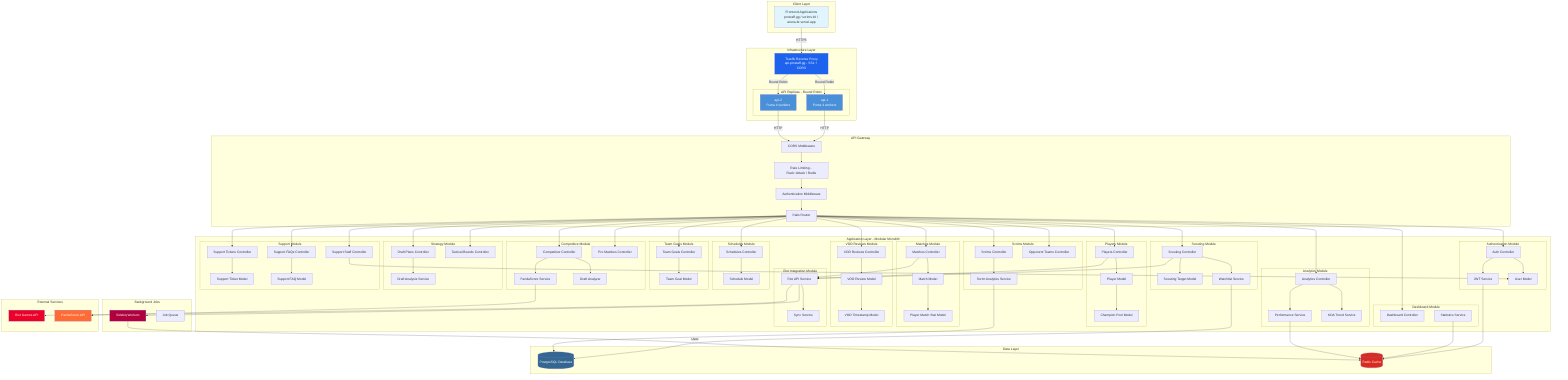
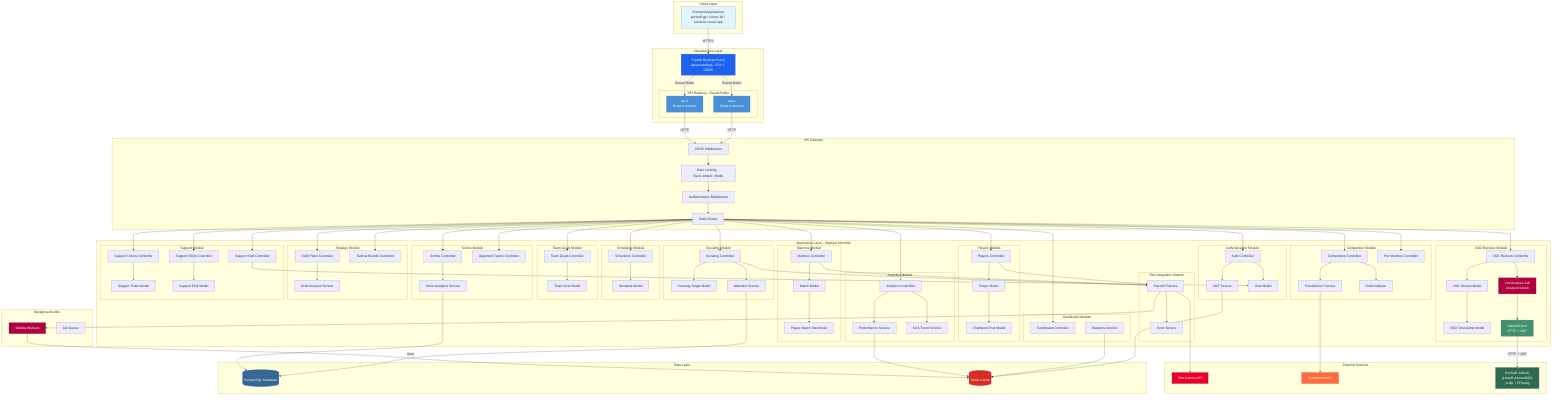
graph TB
    subgraph "Client Layer"
        Client[Frontend Applications\nprostaff.gg / scrims.lol / arena-br.vercel.app]
    end

    subgraph "Infrastructure Layer"
        Traefik[Traefik Reverse Proxy\napi.prostaff.gg - SSL + CORS]
        subgraph "API Replicas - Round Robin"
            API1[api-1\nPuma 4 workers]
            API2[api-2\nPuma 4 workers]
        end
    end

    subgraph "API Gateway"
        Router[Rails Router]
        CORS[CORS Middleware]
        RateLimit[Rate Limiting - Rack::Attack / Redis]
        Auth[Authentication Middleware]
    end

    subgraph "Application Layer - Modular Monolith"
        subgraph "Authentication Module"
            AuthController[Auth Controller]
            JWTService[JWT Service]
            UserModel[User Model]
        end

        subgraph "Dashboard Module"
            DashboardController[Dashboard Controller]
            DashStats[Statistics Service]
        end

        subgraph "Players Module"
            PlayersController[Players Controller]
            PlayerModel[Player Model]
            ChampionPoolModel[Champion Pool Model]
        end

        subgraph "Scouting Module"
            ScoutingController[Scouting Controller]
            ScoutingTargetModel[Scouting Target Model]
            Watchlist[Watchlist Service]
        end

        subgraph "Analytics Module"
            AnalyticsController[Analytics Controller]
            PerformanceService[Performance Service]
            KDAService[KDA Trend Service]
        end

        subgraph "Matches Module"
            MatchesController[Matches Controller]
            MatchModel[Match Model]
            PlayerMatchStatModel[Player Match Stat Model]
        end

        subgraph "Schedules Module"
            SchedulesController[Schedules Controller]
            ScheduleModel[Schedule Model]
        end

        subgraph "VOD Reviews Module"
            VODController[VOD Reviews Controller]
            VodReviewModel[VOD Review Model]
            VodTimestampModel[VOD Timestamp Model]
+             VodAnalysisJob[Vod Analysis Job\nAnalyzeVodJob]
+             VideoAiClient[VideoAiClient\nHTTP + JWT]
        end

        subgraph "Team Goals Module"
            GoalsController[Team Goals Controller]
            TeamGoalModel[Team Goal Model]
        end

        subgraph "Riot Integration Module"
            RiotService[Riot API Service]
            RiotSync[Sync Service]
        end

        subgraph "Competitive Module"
            CompetitiveController[Competitive Controller]
            ProMatchesController[Pro Matches Controller]
            PandaScoreService[PandaScore Service]
            DraftAnalyzer[Draft Analyzer]
        end

        subgraph "Scrims Module"
            ScrimsController[Scrims Controller]
            OpponentTeamsController[Opponent Teams Controller]
            ScrimAnalytics[Scrim Analytics Service]
        end

        subgraph "Strategy Module"
            DraftPlansController[Draft Plans Controller]
            TacticalBoardsController[Tactical Boards Controller]
            DraftAnalysisService[Draft Analysis Service]
        end

        subgraph "Support Module"
            SupportTicketsController[Support Tickets Controller]
            SupportFaqsController[Support FAQs Controller]
            SupportStaffController[Support Staff Controller]
            SupportTicketModel[Support Ticket Model]
            SupportFaqModel[Support FAQ Model]
        end
    end

    subgraph "Data Layer"
        PostgreSQL[(PostgreSQL Database)]
        Redis[(Redis Cache)]
    end

    subgraph "Background Jobs"
        Sidekiq[Sidekiq Workers]
        JobQueue[Job Queue]
    end

    subgraph "External Services"
        RiotAPI[Riot Games API]
        PandaScoreAPI[PandaScore API]
+         VideoAI[ProStaff VideoAI\nprostaff-videoai:8001\nyt-dlp + FFmpeg]
    end

    Client -->|HTTPS| Traefik
    Traefik -->|Round Robin| API1
    Traefik -->|Round Robin| API2
    API1 -->|HTTP| CORS
    API2 -->|HTTP| CORS
    CORS --> RateLimit
    RateLimit --> Auth
    Auth --> Router

    Router --> AuthController
    Router --> DashboardController
    Router --> PlayersController
    Router --> ScoutingController
    Router --> AnalyticsController
    Router --> MatchesController
    Router --> SchedulesController
    Router --> VODController
    Router --> GoalsController
    Router --> CompetitiveController
    Router --> ProMatchesController
    Router --> ScrimsController
    Router --> OpponentTeamsController
    Router --> DraftPlansController
    Router --> TacticalBoardsController
    Router --> SupportTicketsController
    Router --> SupportFaqsController
    Router --> SupportStaffController

    AuthController --> JWTService
    AuthController --> UserModel
    PlayersController --> PlayerModel
    PlayerModel --> ChampionPoolModel
    ScoutingController --> ScoutingTargetModel
    ScoutingController --> Watchlist
    Watchlist --> PostgreSQL
    MatchesController --> MatchModel
    MatchModel --> PlayerMatchStatModel
    SchedulesController --> ScheduleModel
    VODController --> VodReviewModel
    VodReviewModel --> VodTimestampModel
+     VODController --> VodAnalysisJob
+     VodAnalysisJob --> VideoAiClient
+     VideoAiClient -->|HTTP + JWT| VideoAI
    GoalsController --> TeamGoalModel
    AnalyticsController --> PerformanceService
    AnalyticsController --> KDAService
    CompetitiveController --> PandaScoreService
    CompetitiveController --> DraftAnalyzer
    ScrimsController --> ScrimAnalytics
    ScrimAnalytics --> PostgreSQL
    DraftPlansController --> DraftAnalysisService
    SupportTicketsController --> SupportTicketModel
    SupportFaqsController --> SupportFaqModel
    SupportStaffController --> UserModel

    JWTService --> Redis
    DashStats --> Redis
    PerformanceService --> Redis

    PlayersController --> RiotService
    MatchesController --> RiotService
    ScoutingController --> RiotService
    RiotService --> RiotSync
    RiotService --> RiotAPI

    RiotService --> Sidekiq

    PandaScoreService --> PandaScoreAPI
    Sidekiq -- Uses --> Redis

    style Client fill:#e1f5ff
    style Traefik fill:#1d63ed,color:#fff
    style API1 fill:#4a90d9,color:#fff
    style API2 fill:#4a90d9,color:#fff
    style PostgreSQL fill:#336791,color:#fff
    style Redis fill:#d82c20,color:#fff
    style RiotAPI fill:#eb0029,color:#fff
    style PandaScoreAPI fill:#ff6b35,color:#fff
-     style Sidekiq fill:#b1003e,color:#fff+     style Sidekiq fill:#b1003e,color:#fff
+     style VideoAI fill:#2d6a4f,color:#fff
+     style VodAnalysisJob fill:#b1003e,color:#fff
+     style VideoAiClient fill:#40916c,color:#fff